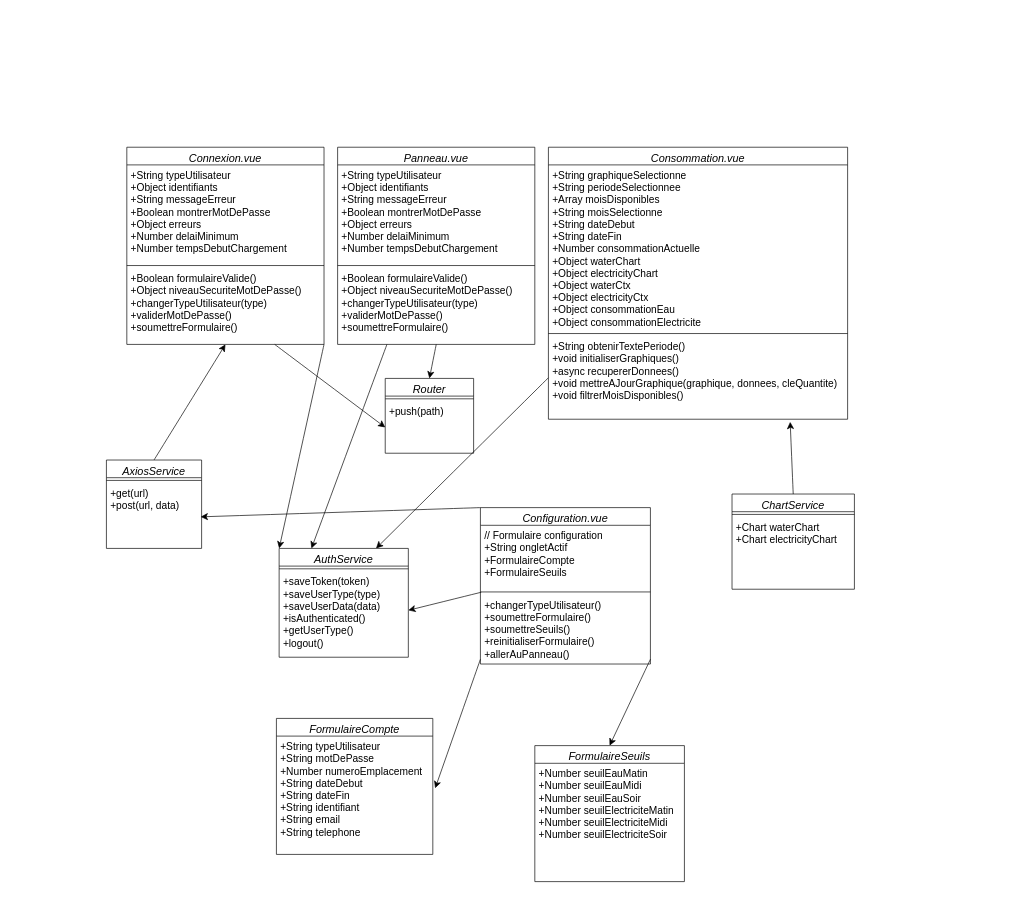
Before: Diagramme_Classe_Frontend.drawio in leeeooooooooo/Projet_Visualisation, a draw.io diagram. Source tidied: cells renumbered, new cells numbered last; positions are measured from the earlier drawing's top-left corner, leaving out a move shared by most shapes. Both pictures are drawn from the tidied source at 68%, with x=0, y=0 at pixel (106, 147).
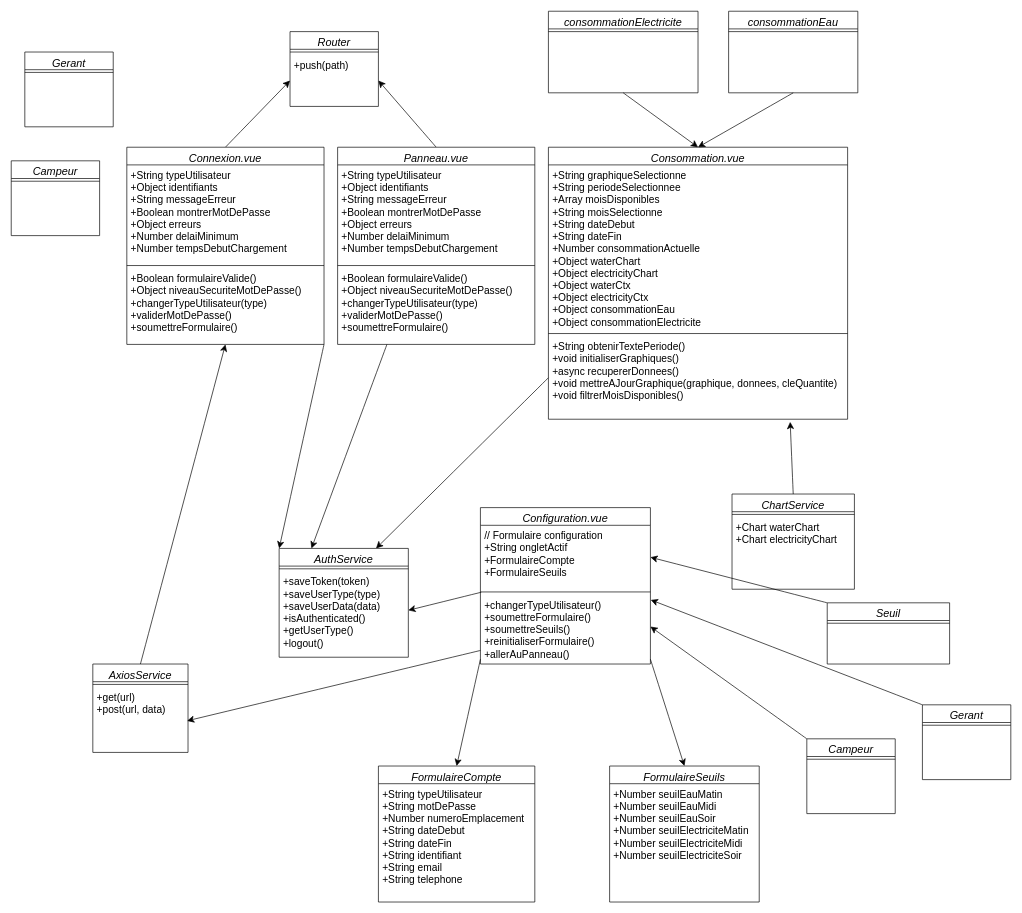
The same page after the edit.

Commit message:
Mettre à jour Diagramme_Classe_Frontend.drawio

The change refers to these unchanged cells:
```xml
<mxCell id="4" value="Connexion.vue" style="swimlane;fontStyle=2;align=center;verticalAlign=top;horizontal=1;startSize=26;rounded=0;shadow=0;strokeWidth=1;fontSize=16;" parent="1" vertex="1">
  <mxGeometry x="30" width="290" height="290" as="geometry" />
</mxCell>
<mxCell id="15" value="+get(url)&#10;+post(url, data)" style="text;align=left;verticalAlign=top;spacingLeft=4;spacingRight=4;overflow=hidden;points=[[0,0.5],[1,0.5]];portConstraint=eastwest;rounded=0;shadow=0;html=0;fontSize=15;" parent="13" vertex="1">
  <mxGeometry y="34" width="140" height="76" as="geometry" />
</mxCell>
<mxCell id="18" value="+push(path)" style="text;align=left;verticalAlign=top;spacingLeft=4;spacingRight=4;overflow=hidden;points=[[0,0.5],[1,0.5]];portConstraint=eastwest;rounded=0;shadow=0;html=0;fontSize=15;" parent="16" vertex="1">
  <mxGeometry y="34" width="130" height="76" as="geometry" />
</mxCell>
<mxCell id="19" value="Consommation.vue" style="swimlane;fontStyle=2;align=center;verticalAlign=top;horizontal=1;startSize=26;rounded=0;shadow=0;strokeWidth=1;fontSize=16;" parent="1" vertex="1">
  <mxGeometry x="650" width="440" height="400" as="geometry" />
</mxCell>
<mxCell id="24" value="Panneau.vue" style="swimlane;fontStyle=2;align=center;verticalAlign=top;horizontal=1;startSize=26;rounded=0;shadow=0;strokeWidth=1;fontSize=16;" parent="1" vertex="1">
  <mxGeometry x="340" width="290" height="290" as="geometry" />
</mxCell>
<mxCell id="30" value="Configuration.vue" style="swimlane;fontStyle=2;align=center;verticalAlign=top;horizontal=1;startSize=26;rounded=0;shadow=0;strokeWidth=1;fontSize=16;" parent="1" vertex="1">
  <mxGeometry x="550" y="530" width="250" height="230" as="geometry" />
</mxCell>
<mxCell id="31" value="// Formulaire configuration&#10;+String ongletActif&#10;+FormulaireCompte&#10;+FormulaireSeuils" style="text;align=left;verticalAlign=top;spacingLeft=4;spacingRight=4;overflow=hidden;points=[[0,0.5],[1,0.5]];portConstraint=eastwest;rounded=0;shadow=0;html=0;fontSize=15;" parent="30" vertex="1">
  <mxGeometry y="26" width="250" height="94" as="geometry" />
</mxCell>
<mxCell id="33" value="+changerTypeUtilisateur()&#10;+soumettreFormulaire()&#10;+soumettreSeuils()&#10;+reinitialiserFormulaire()&#10;+allerAuPanneau()" style="text;align=left;verticalAlign=top;spacingLeft=4;spacingRight=4;overflow=hidden;points=[[0,0.5],[1,0.5]];portConstraint=eastwest;rounded=0;shadow=0;html=0;fontSize=15;" parent="30" vertex="1">
  <mxGeometry y="128" width="250" height="94" as="geometry" />
</mxCell>
<mxCell id="34" value="&#10;&#10;&#10;" style="text;align=left;verticalAlign=top;spacingLeft=4;spacingRight=4;overflow=hidden;points=[[0,0.5],[1,0.5]];portConstraint=eastwest;rounded=0;shadow=0;html=0;fontSize=15;" parent="30" vertex="1">
  <mxGeometry y="222" width="250" height="2" as="geometry" />
</mxCell>
<mxCell id="36" value="+String typeUtilisateur&#10;+String motDePasse&#10;+Number numeroEmplacement&#10;+String dateDebut&#10;+String dateFin&#10;+String identifiant&#10;+String email&#10;+String telephone" style="text;align=left;verticalAlign=top;spacingLeft=4;spacingRight=4;overflow=hidden;points=[[0,0.5],[1,0.5]];portConstraint=eastwest;rounded=0;shadow=0;html=0;fontSize=15;" parent="35" vertex="1">
  <mxGeometry y="26" width="230" height="174" as="geometry" />
</mxCell>
```

The edit, as a diff of the source:
```diff
@@
-    <mxCell id="3" style="edgeStyle=none;curved=1;rounded=0;jettySize=auto;html=1;exitX=0.75;exitY=1;exitDx=0;exitDy=0;entryX=0;entryY=0.5;entryDx=0;entryDy=0;fontSize=12;startSize=8;endSize=8;" parent="1" edge="1" source="4" target="18">
+    <mxCell id="3" style="edgeStyle=none;curved=1;rounded=0;jettySize=auto;html=1;exitX=0.5;exitY=0;exitDx=0;exitDy=0;entryX=0;entryY=0.5;entryDx=0;entryDy=0;fontSize=12;startSize=8;endSize=8;" parent="1" edge="1" source="4" target="18">
       <mxGeometry relative="1" as="geometry" />
     </mxCell>
@@
     <mxCell id="13" value="AxiosService" style="swimlane;fontStyle=2;align=center;verticalAlign=top;horizontal=1;startSize=26;rounded=0;shadow=0;strokeWidth=1;fontSize=16;" parent="1" vertex="1">
-      <mxGeometry y="460" width="140" height="130" as="geometry" />
+      <mxGeometry x="-20" y="760" width="140" height="130" as="geometry" />
     </mxCell>
@@
     <mxCell id="16" value="Router" style="swimlane;fontStyle=2;align=center;verticalAlign=top;horizontal=1;startSize=26;rounded=0;shadow=0;strokeWidth=1;fontSize=16;" parent="1" vertex="1">
-      <mxGeometry x="410" y="340" width="130" height="110" as="geometry" />
+      <mxGeometry x="270" y="-170" width="130" height="110" as="geometry" />
     </mxCell>
@@
-    <mxCell id="23" style="edgeStyle=none;curved=1;rounded=0;jettySize=auto;html=1;exitX=0.5;exitY=1;exitDx=0;exitDy=0;entryX=0.5;entryY=0;entryDx=0;entryDy=0;fontSize=12;startSize=8;endSize=8;" parent="1" edge="1" source="24" target="16">
+    <mxCell id="23" style="edgeStyle=none;curved=1;rounded=0;jettySize=auto;html=1;exitX=0.5;exitY=0;exitDx=0;exitDy=0;entryX=1;entryY=0.5;entryDx=0;entryDy=0;fontSize=12;startSize=8;endSize=8;" parent="1" edge="1" source="24" target="18">
       <mxGeometry relative="1" as="geometry" />
     </mxCell>
@@
     <mxCell id="35" value="FormulaireCompte" style="swimlane;fontStyle=2;align=center;verticalAlign=top;horizontal=1;startSize=26;rounded=0;shadow=0;strokeWidth=1;fontSize=16;" parent="1" vertex="1">
-      <mxGeometry x="250" y="840" width="230" height="200" as="geometry" />
+      <mxGeometry x="400" y="910" width="230" height="200" as="geometry" />
     </mxCell>
@@
     <mxCell id="37" value="FormulaireSeuils" style="swimlane;fontStyle=2;align=center;verticalAlign=top;horizontal=1;startSize=26;rounded=0;shadow=0;strokeWidth=1;fontSize=16;" parent="1" vertex="1">
-      <mxGeometry x="630" y="880" width="220" height="200" as="geometry" />
+      <mxGeometry x="740" y="910" width="220" height="200" as="geometry" />
     </mxCell>
@@
-    <mxCell id="40" style="edgeStyle=none;curved=1;rounded=0;jettySize=auto;html=1;exitX=0;exitY=0.5;exitDx=0;exitDy=0;entryX=1.015;entryY=0.441;entryDx=0;entryDy=0;fontSize=12;startSize=8;endSize=8;entryPerimeter=0;" parent="1" edge="1" source="34" target="36">
+    <mxCell id="40" style="edgeStyle=none;curved=1;rounded=0;jettySize=auto;html=1;exitX=0;exitY=0.5;exitDx=0;exitDy=0;entryX=0.5;entryY=0;entryDx=0;entryDy=0;fontSize=12;startSize=8;endSize=8;" parent="1" edge="1" source="34" target="35">
       <mxGeometry relative="1" as="geometry" />
     </mxCell>
-    <mxCell id="41" style="edgeStyle=none;curved=1;rounded=0;jettySize=auto;html=1;exitX=0;exitY=0;exitDx=0;exitDy=0;entryX=0.99;entryY=0.652;entryDx=0;entryDy=0;entryPerimeter=0;fontSize=12;startSize=8;endSize=8;" parent="1" edge="1" source="30" target="15">
+    <mxCell id="41" style="edgeStyle=none;curved=1;rounded=0;jettySize=auto;html=1;exitX=0;exitY=0.873;exitDx=0;exitDy=0;entryX=0.99;entryY=0.652;entryDx=0;entryDy=0;entryPerimeter=0;fontSize=12;startSize=8;endSize=8;exitPerimeter=0;" parent="1" edge="1" source="33" target="15">
       <mxGeometry relative="1" as="geometry" />
     </mxCell>
@@
+    <mxCell id="46" value="Gerant" style="swimlane;fontStyle=2;align=center;verticalAlign=top;horizontal=1;startSize=26;rounded=0;shadow=0;strokeWidth=1;fontSize=16;" parent="1" vertex="1">
+      <mxGeometry x="-120" y="-140" width="130" height="110" as="geometry" />
+    </mxCell>
+    <mxCell id="47" style="line;html=1;strokeWidth=1;align=left;verticalAlign=middle;spacingTop=-1;spacingLeft=3;spacingRight=3;labelPosition=right;" parent="46" vertex="1">
+      <mxGeometry y="26" width="130" height="8" as="geometry" />
+    </mxCell>
+    <mxCell id="48" value="Campeur" style="swimlane;fontStyle=2;align=center;verticalAlign=top;horizontal=1;startSize=26;rounded=0;shadow=0;strokeWidth=1;fontSize=16;" parent="1" vertex="1">
+      <mxGeometry x="-140" y="20" width="130" height="110" as="geometry" />
+    </mxCell>
+    <mxCell id="49" style="line;html=1;strokeWidth=1;align=left;verticalAlign=middle;spacingTop=-1;spacingLeft=3;spacingRight=3;labelPosition=right;" parent="48" vertex="1">
+      <mxGeometry y="26" width="130" height="8" as="geometry" />
+    </mxCell>
+    <mxCell id="50" style="edgeStyle=none;curved=1;rounded=0;jettySize=auto;html=1;exitX=0.5;exitY=1;exitDx=0;exitDy=0;fontSize=12;startSize=8;endSize=8;" parent="1" edge="1" source="51">
+      <mxGeometry relative="1" as="geometry">
+        <mxPoint x="870" as="targetPoint" />
+      </mxGeometry>
+    </mxCell>
+    <mxCell id="51" value="consommationEau" style="swimlane;fontStyle=2;align=center;verticalAlign=top;horizontal=1;startSize=26;rounded=0;shadow=0;strokeWidth=1;fontSize=16;" parent="1" vertex="1">
+      <mxGeometry x="915" y="-200" width="190" height="120" as="geometry" />
+    </mxCell>
+    <mxCell id="52" style="line;html=1;strokeWidth=1;align=left;verticalAlign=middle;spacingTop=-1;spacingLeft=3;spacingRight=3;labelPosition=right;" parent="51" vertex="1">
+      <mxGeometry y="26" width="190" height="8" as="geometry" />
+    </mxCell>
+    <mxCell id="53" style="edgeStyle=none;curved=1;rounded=0;orthogonalLoop=1;jettySize=auto;html=1;exitX=0.25;exitY=0;exitDx=0;exitDy=0;fontSize=12;startSize=8;endSize=8;" parent="1" edge="1" source="51" target="51">
+      <mxGeometry relative="1" as="geometry" />
+    </mxCell>
+    <mxCell id="54" style="edgeStyle=none;curved=1;rounded=0;jettySize=auto;html=1;exitX=0.5;exitY=1;exitDx=0;exitDy=0;entryX=0.5;entryY=0;entryDx=0;entryDy=0;fontSize=12;startSize=8;endSize=8;" parent="1" edge="1" source="55" target="19">
+      <mxGeometry relative="1" as="geometry" />
+    </mxCell>
+    <mxCell id="55" value="consommationElectricite" style="swimlane;fontStyle=2;align=center;verticalAlign=top;horizontal=1;startSize=26;rounded=0;shadow=0;strokeWidth=1;fontSize=16;" parent="1" vertex="1">
+      <mxGeometry x="650" y="-200" width="220" height="120" as="geometry" />
+    </mxCell>
+    <mxCell id="56" style="line;html=1;strokeWidth=1;align=left;verticalAlign=middle;spacingTop=-1;spacingLeft=3;spacingRight=3;labelPosition=right;" parent="55" vertex="1">
+      <mxGeometry y="26" width="220" height="8" as="geometry" />
+    </mxCell>
+    <mxCell id="57" style="edgeStyle=none;curved=1;rounded=0;jettySize=auto;html=1;exitX=0;exitY=0;exitDx=0;exitDy=0;entryX=1;entryY=0.5;entryDx=0;entryDy=0;fontSize=12;startSize=8;endSize=8;" parent="1" edge="1" source="58" target="31">
+      <mxGeometry relative="1" as="geometry" />
+    </mxCell>
+    <mxCell id="58" value="Seuil" style="swimlane;fontStyle=2;align=center;verticalAlign=top;horizontal=1;startSize=26;rounded=0;shadow=0;strokeWidth=1;fontSize=16;" parent="1" vertex="1">
+      <mxGeometry x="1060" y="670" width="180" height="90" as="geometry" />
+    </mxCell>
+    <mxCell id="59" style="line;html=1;strokeWidth=1;align=left;verticalAlign=middle;spacingTop=-1;spacingLeft=3;spacingRight=3;labelPosition=right;" parent="58" vertex="1">
+      <mxGeometry y="26" width="180" height="8" as="geometry" />
+    </mxCell>
+    <mxCell id="60" value="Gerant" style="swimlane;fontStyle=2;align=center;verticalAlign=top;horizontal=1;startSize=26;rounded=0;shadow=0;strokeWidth=1;fontSize=16;" parent="1" vertex="1">
+      <mxGeometry x="1200" y="820" width="130" height="110" as="geometry" />
+    </mxCell>
+    <mxCell id="61" style="line;html=1;strokeWidth=1;align=left;verticalAlign=middle;spacingTop=-1;spacingLeft=3;spacingRight=3;labelPosition=right;" parent="60" vertex="1">
+      <mxGeometry y="26" width="130" height="8" as="geometry" />
+    </mxCell>
+    <mxCell id="62" style="edgeStyle=none;curved=1;rounded=0;jettySize=auto;html=1;exitX=0;exitY=0;exitDx=0;exitDy=0;entryX=1;entryY=0.5;entryDx=0;entryDy=0;fontSize=12;startSize=8;endSize=8;" parent="1" edge="1" source="63" target="33">
+      <mxGeometry relative="1" as="geometry" />
+    </mxCell>
+    <mxCell id="63" value="Campeur" style="swimlane;fontStyle=2;align=center;verticalAlign=top;horizontal=1;startSize=26;rounded=0;shadow=0;strokeWidth=1;fontSize=16;" parent="1" vertex="1">
+      <mxGeometry x="1030" y="870" width="130" height="110" as="geometry" />
+    </mxCell>
+    <mxCell id="64" style="line;html=1;strokeWidth=1;align=left;verticalAlign=middle;spacingTop=-1;spacingLeft=3;spacingRight=3;labelPosition=right;" parent="63" vertex="1">
+      <mxGeometry y="26" width="130" height="8" as="geometry" />
+    </mxCell>
+    <mxCell id="65" style="edgeStyle=none;curved=1;rounded=0;jettySize=auto;html=1;exitX=0;exitY=0;exitDx=0;exitDy=0;entryX=1.002;entryY=0.082;entryDx=0;entryDy=0;entryPerimeter=0;fontSize=12;startSize=8;endSize=8;" parent="1" edge="1" source="60" target="33">
+      <mxGeometry relative="1" as="geometry" />
+    </mxCell>
```
